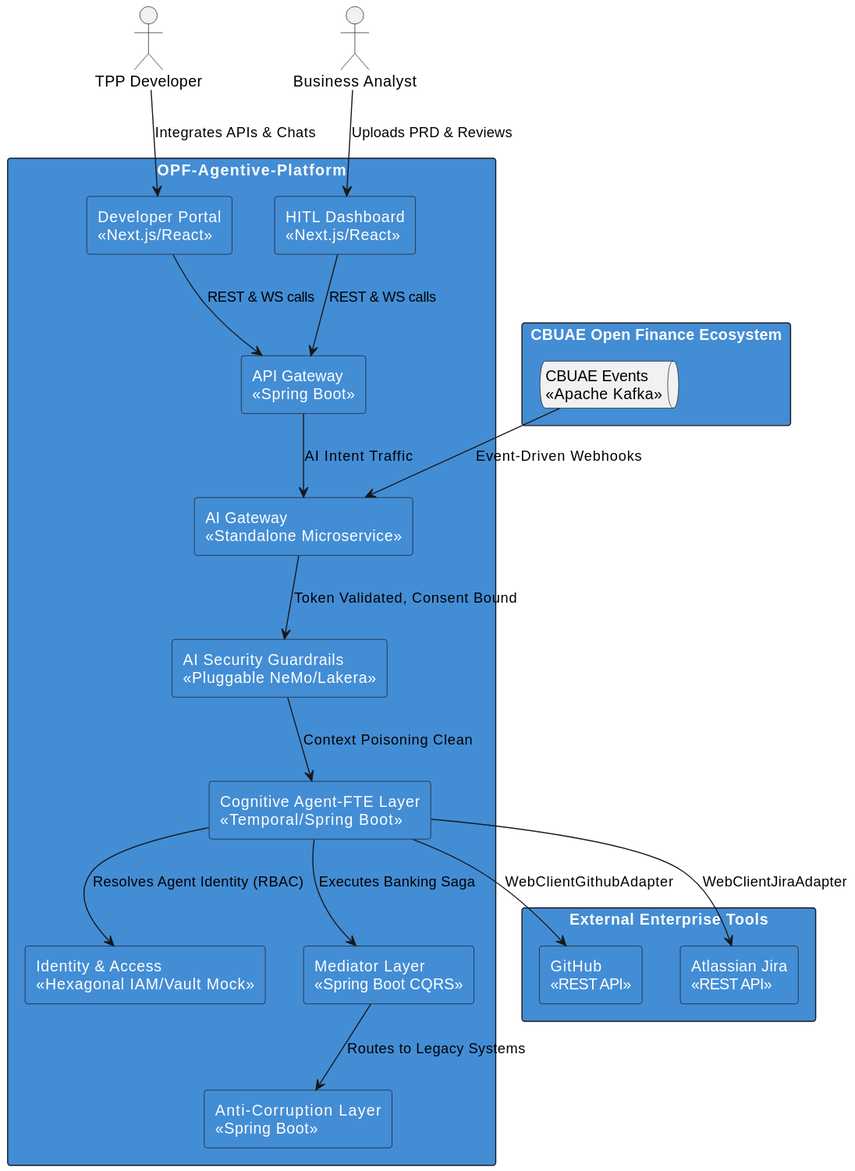
COPUR/OPF-Agentive-Platform keeps this PlantUML diagram as docs/diagrams/rendered/C4_Container.svg. Above is the earlier version. The source it was exported from:
```plantuml
@startuml
skinparam rectangle {
    BackgroundColor #438dd5
    FontColor white
}

actor "TPP Developer" as dev
actor "Business Analyst" as ba

rectangle "CBUAE Open Finance Ecosystem" {
    queue "CBUAE Events\n<<Apache Kafka>>" as kafka
}

rectangle "OPF-Agentive-Platform" {
    rectangle "Developer Portal\n<<Next.js/React>>" as devPortal
    rectangle "HITL Dashboard\n<<Next.js/React>>" as hitlPortal

    rectangle "API Gateway\n<<Spring Boot>>" as apiGw
    rectangle "AI Gateway\n<<Standalone Microservice>>" as aiGw

    rectangle "AI Security Guardrails\n<<Pluggable NeMo/Lakera>>" as aiSec

    rectangle "Cognitive Agent-FTE Layer\n<<Temporal/Spring Boot>>" as cog
    rectangle "Identity & Access\n<<Hexagonal IAM/Vault Mock>>" as idp
    rectangle "Mediator Layer\n<<Spring Boot CQRS>>" as med
    rectangle "Anti-Corruption Layer\n<<Spring Boot>>" as acl
}

rectangle "External Enterprise Tools" {
    rectangle "GitHub\n<<REST API>>" as github
    rectangle "Atlassian Jira\n<<REST API>>" as jira
}

dev --> devPortal : Integrates APIs & Chats
ba --> hitlPortal : Uploads PRD & Reviews
devPortal --> apiGw : REST & WS calls
hitlPortal --> apiGw : REST & WS calls
apiGw --> aiGw : AI Intent Traffic
kafka --> aiGw : Event-Driven Webhooks
aiGw --> aiSec : Token Validated, Consent Bound
aiSec --> cog : Context Poisoning Clean
cog --> idp : Resolves Agent Identity (RBAC)
cog --> github : WebClientGithubAdapter
cog --> jira : WebClientJiraAdapter
cog --> med : Executes Banking Saga
med --> acl : Routes to Legacy Systems
@enduml
```
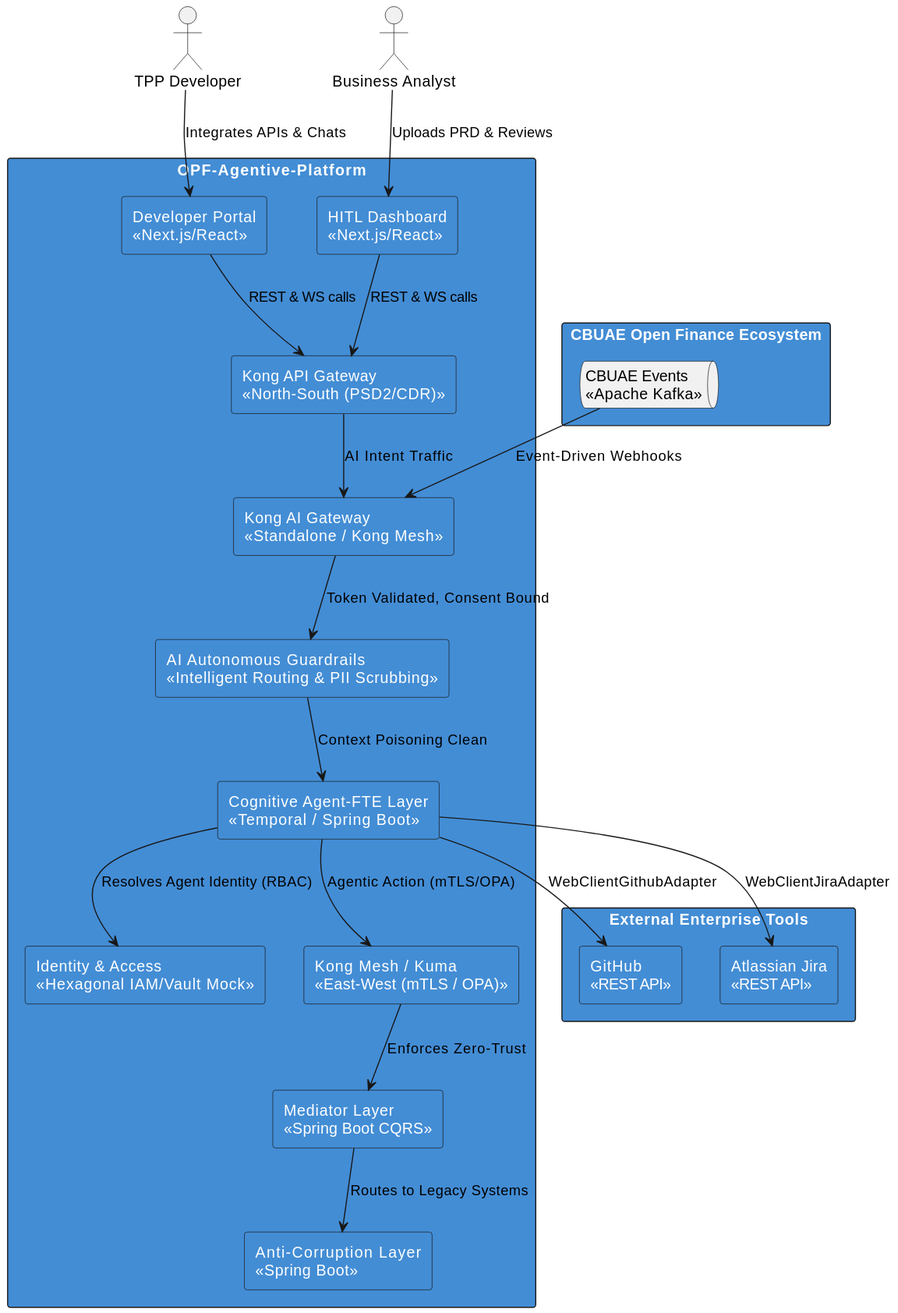
The same diagram one commit later.

Change to the diagram source:
```diff
@@ -15,13 +15,14 @@
     rectangle "Developer Portal\n<<Next.js/React>>" as devPortal
     rectangle "HITL Dashboard\n<<Next.js/React>>" as hitlPortal
 
-    rectangle "API Gateway\n<<Spring Boot>>" as apiGw
-    rectangle "AI Gateway\n<<Standalone Microservice>>" as aiGw
+    rectangle "Kong API Gateway\n<<North-South (PSD2/CDR)>>" as apiGw
+    rectangle "Kong AI Gateway\n<<Standalone / Kong Mesh>>" as aiGw
 
-    rectangle "AI Security Guardrails\n<<Pluggable NeMo/Lakera>>" as aiSec
+    rectangle "AI Autonomous Guardrails\n<<Intelligent Routing & PII Scrubbing>>" as aiSec
 
-    rectangle "Cognitive Agent-FTE Layer\n<<Temporal/Spring Boot>>" as cog
+    rectangle "Cognitive Agent-FTE Layer\n<<Temporal / Spring Boot>>" as cog
     rectangle "Identity & Access\n<<Hexagonal IAM/Vault Mock>>" as idp
+    rectangle "Kong Mesh / Kuma\n<<East-West (mTLS / OPA)>>" as mesh
     rectangle "Mediator Layer\n<<Spring Boot CQRS>>" as med
     rectangle "Anti-Corruption Layer\n<<Spring Boot>>" as acl
 }
@@ -42,6 +43,7 @@
 cog --> idp : Resolves Agent Identity (RBAC)
 cog --> github : WebClientGithubAdapter
 cog --> jira : WebClientJiraAdapter
-cog --> med : Executes Banking Saga
+cog --> mesh : Agentic Action (mTLS/OPA)
+mesh --> med : Enforces Zero-Trust
 med --> acl : Routes to Legacy Systems
 @enduml
```
